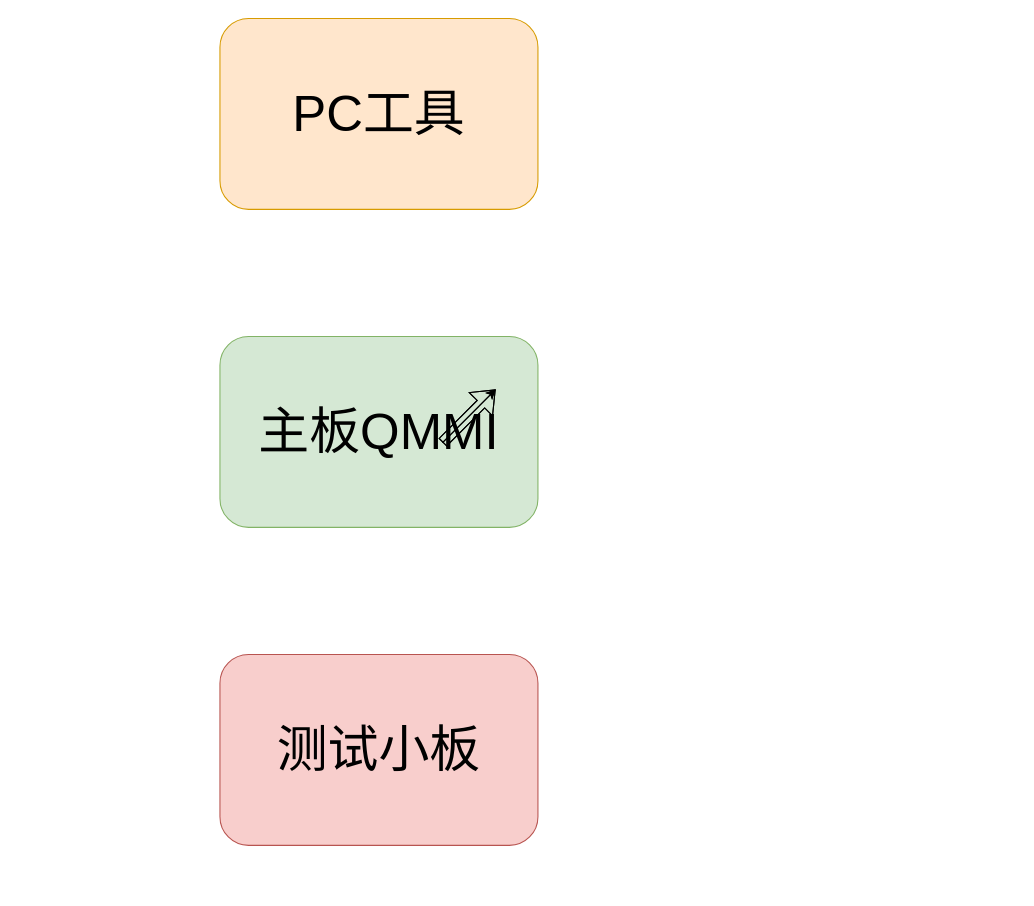
The draw.io diagram 沃特沃德小板测试.drawio in liangchaojiang/WindowsProject1, before the edit. Source tidied: cells renumbered, new cells numbered last; positions are measured from the earlier drawing's top-left corner, leaving out a move shared by most shapes. Both pictures are drawn from the tidied source at 106%, with x=0, y=0 at pixel (219, 18).
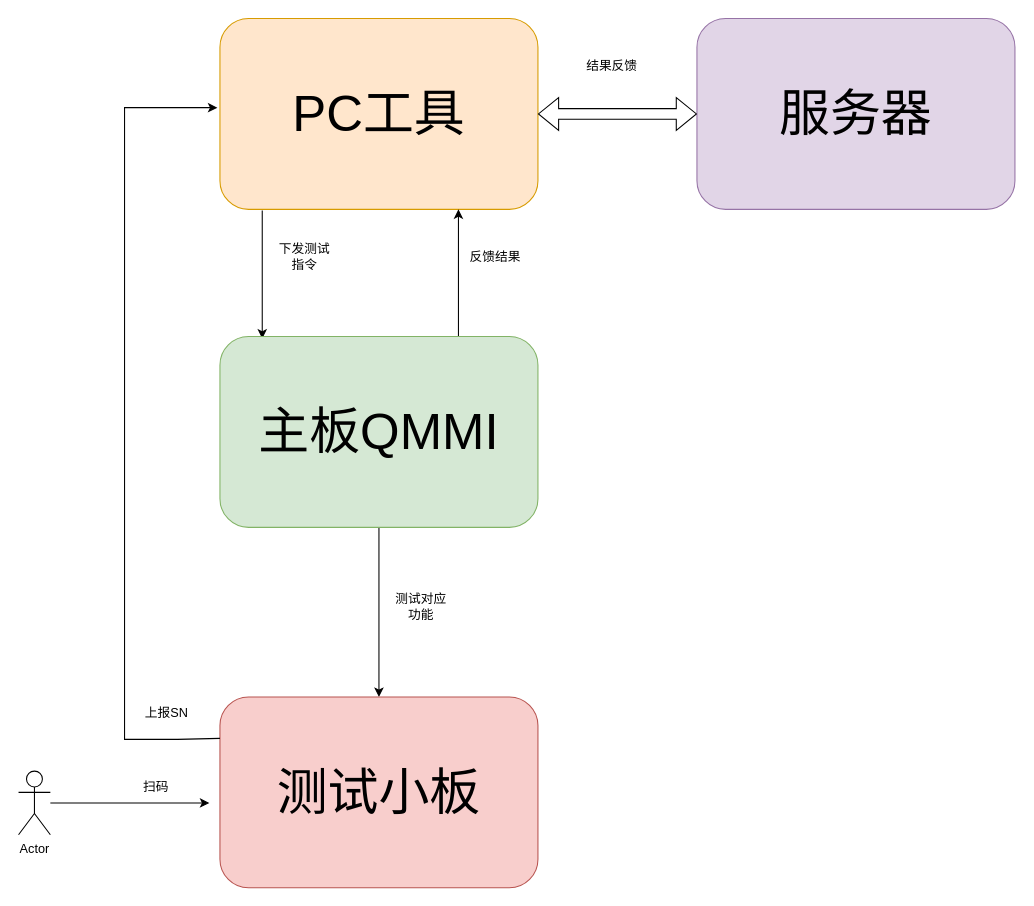
After the change.

Commit message (it also covers changes not shown here):
Update 沃特沃德小板测试.drawio

The change refers to these unchanged cells:
```xml
<mxCell id="2" value="&lt;font style=&quot;font-size: 48px;&quot;&gt;PC工具&lt;/font&gt;" style="rounded=1;whiteSpace=wrap;html=1;fillColor=#ffe6cc;strokeColor=#d79b00;" parent="1" vertex="1">
  <mxGeometry width="300" height="180" as="geometry" />
</mxCell>
<mxCell id="3" value="&lt;font style=&quot;font-size: 48px;&quot;&gt;主板QMMI&lt;/font&gt;" style="rounded=1;whiteSpace=wrap;html=1;fillColor=#d5e8d4;strokeColor=#82b366;" parent="1" vertex="1">
  <mxGeometry y="300" width="300" height="180" as="geometry" />
</mxCell>
```

The edit, as a diff of the source:
```diff
@@
+    <mxCell id="9" style="edgeStyle=orthogonalEdgeStyle;rounded=0;jettySize=auto;html=1;exitX=0.133;exitY=1.006;exitDx=0;exitDy=0;exitPerimeter=0;entryX=0.133;entryY=0.011;entryDx=0;entryDy=0;entryPerimeter=0;" parent="1" edge="1" source="2" target="3">
+      <mxGeometry relative="1" as="geometry" />
+    </mxCell>
@@
+    <mxCell id="10" style="edgeStyle=orthogonalEdgeStyle;rounded=0;jettySize=auto;html=1;" parent="1" edge="1" source="3" target="4">
+      <mxGeometry relative="1" as="geometry" />
+    </mxCell>
+    <mxCell id="11" style="edgeStyle=orthogonalEdgeStyle;rounded=0;jettySize=auto;html=1;exitX=0.75;exitY=0;exitDx=0;exitDy=0;entryX=0.75;entryY=1;entryDx=0;entryDy=0;" parent="1" edge="1" source="3" target="2">
+      <mxGeometry relative="1" as="geometry" />
+    </mxCell>
@@
     <mxCell id="4" value="&lt;font style=&quot;font-size: 48px;&quot;&gt;测试小板&lt;/font&gt;" style="rounded=1;whiteSpace=wrap;html=1;fillColor=#f8cecc;strokeColor=#b85450;" parent="1" vertex="1">
-      <mxGeometry y="600" width="300" height="180" as="geometry" />
+      <mxGeometry y="640" width="300" height="180" as="geometry" />
     </mxCell>
-    <mxCell id="5" style="shape=flexArrow;endArrow=classic;html=1;rounded=0;" parent="1" edge="1">
-      <mxGeometry relative="1" as="geometry">
-        <mxPoint x="210" y="400" as="sourcePoint" />
-        <mxPoint x="260" y="350" as="targetPoint" />
-      </mxGeometry>
-    </mxCell>
-    <mxCell id="6" style="shape=flexArrow;endArrow=classic;html=1;rounded=0;" parent="1" edge="1">
-      <mxGeometry relative="1" as="geometry">
-        <mxPoint x="210" y="400" as="sourcePoint" />
-        <mxPoint x="260" y="350" as="targetPoint" />
-      </mxGeometry>
-    </mxCell>
-    <mxCell id="7" style="endArrow=classic;html=1;rounded=0;" parent="1" edge="1">
-      <mxGeometry relative="1" as="geometry">
-        <mxPoint x="210" y="400" as="sourcePoint" />
-        <mxPoint x="260" y="350" as="targetPoint" />
-      </mxGeometry>
-    </mxCell>
-    <mxCell id="8" style="endArrow=classic;html=1;rounded=0;" parent="1" edge="1">
-      <mxGeometry relative="1" as="geometry">
-        <mxPoint x="210" y="400" as="sourcePoint" />
-        <mxPoint x="260" y="350" as="targetPoint" />
-      </mxGeometry>
-    </mxCell>
+    <mxCell id="12" value="Actor" style="shape=umlActor;verticalLabelPosition=bottom;verticalAlign=top;html=1;outlineConnect=0;" parent="1" vertex="1">
+      <mxGeometry x="-190" y="710" width="30" height="60" as="geometry" />
+    </mxCell>
+    <mxCell id="13" style="endArrow=classic;html=1;rounded=0;" parent="1" edge="1" source="12">
+      <mxGeometry relative="1" as="geometry">
+        <mxPoint x="-10" y="740" as="targetPoint" />
+      </mxGeometry>
+    </mxCell>
+    <mxCell id="14" value="扫码" style="text;html=1;align=center;verticalAlign=middle;whiteSpace=wrap;rounded=0;" parent="1" vertex="1">
+      <mxGeometry x="-90" y="710" width="60" height="30" as="geometry" />
+    </mxCell>
+    <mxCell id="15" style="endArrow=classic;html=1;rounded=0;exitX=0;exitY=0.217;exitDx=0;exitDy=0;entryX=-0.008;entryY=0.467;entryDx=0;entryDy=0;entryPerimeter=0;exitPerimeter=0;" parent="1" edge="1" source="4" target="2">
+      <mxGeometry relative="1" as="geometry">
+        <Array as="points">
+          <mxPoint x="-40" y="680" />
+          <mxPoint x="-90" y="680" />
+          <mxPoint x="-90" y="84" />
+        </Array>
+      </mxGeometry>
+    </mxCell>
+    <mxCell id="16" value="下发测试指令" style="text;html=1;align=center;verticalAlign=middle;whiteSpace=wrap;rounded=0;" parent="1" vertex="1">
+      <mxGeometry x="50" y="210" width="60" height="30" as="geometry" />
+    </mxCell>
+    <mxCell id="17" value="测试对应功能" style="text;html=1;align=center;verticalAlign=middle;whiteSpace=wrap;rounded=0;" parent="1" vertex="1">
+      <mxGeometry x="160" y="540" width="60" height="30" as="geometry" />
+    </mxCell>
+    <mxCell id="18" value="反馈结果" style="text;html=1;align=center;verticalAlign=middle;whiteSpace=wrap;rounded=0;" parent="1" vertex="1">
+      <mxGeometry x="230" y="210" width="60" height="30" as="geometry" />
+    </mxCell>
+    <mxCell id="19" value="&lt;font style=&quot;font-size: 48px;&quot;&gt;服务器&lt;/font&gt;" style="rounded=1;whiteSpace=wrap;html=1;fillColor=#e1d5e7;strokeColor=#9673a6;" parent="1" vertex="1">
+      <mxGeometry x="450" width="300" height="180" as="geometry" />
+    </mxCell>
+    <mxCell id="20" style="shape=flexArrow;endArrow=classic;startArrow=classic;html=1;rounded=0;" parent="1" edge="1" source="2" target="19">
+      <mxGeometry relative="1" as="geometry" />
+    </mxCell>
+    <mxCell id="21" value="结果反馈" style="text;html=1;align=center;verticalAlign=middle;whiteSpace=wrap;rounded=0;" parent="1" vertex="1">
+      <mxGeometry x="340" y="30" width="60" height="30" as="geometry" />
+    </mxCell>
+    <mxCell id="22" value="上报SN" style="text;html=1;align=center;verticalAlign=middle;whiteSpace=wrap;rounded=0;" parent="1" vertex="1">
+      <mxGeometry x="-80" y="640" width="60" height="30" as="geometry" />
+    </mxCell>
```
